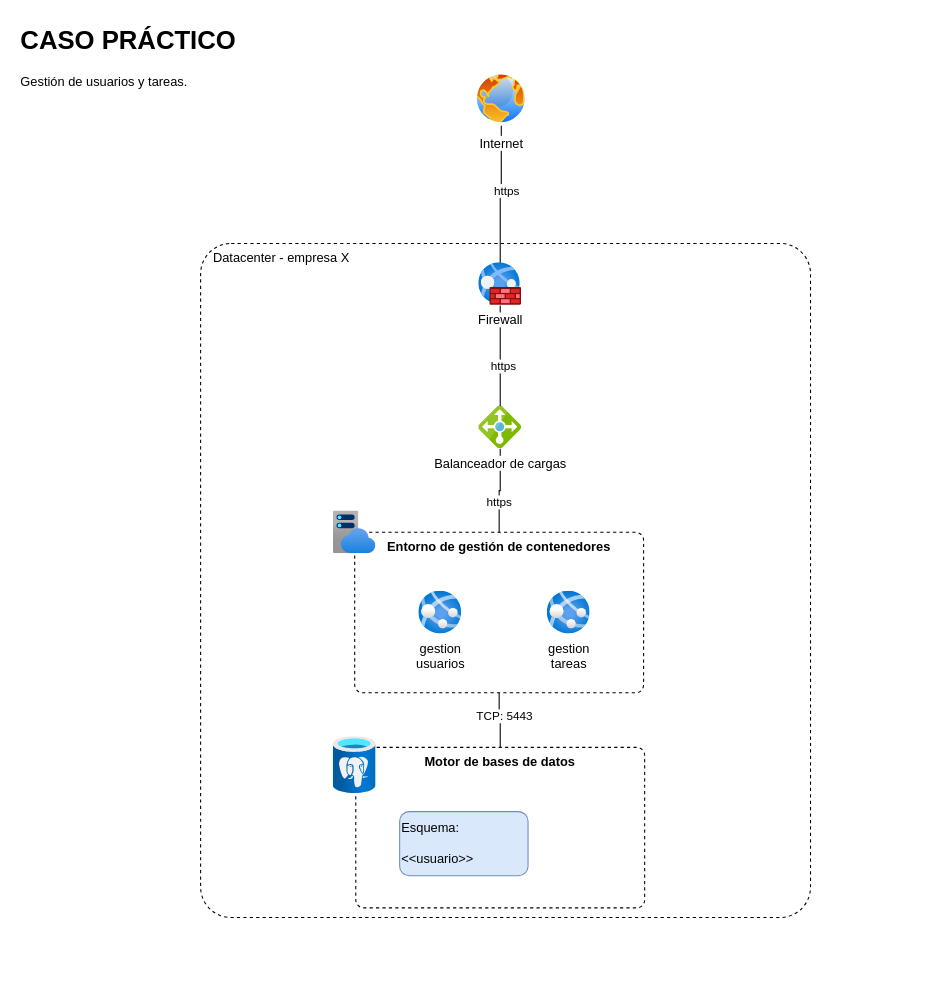
Earlier version of the draw.io diagram usuario-tareas.drawio (jariasbecerra/prueba). Source tidied: cells renumbered, new cells numbered last; positions are measured from the earlier drawing's top-left corner, leaving out a move shared by most shapes. Both pictures are drawn from the tidied source at 107%, with x=0, y=0 at pixel (18, 18).
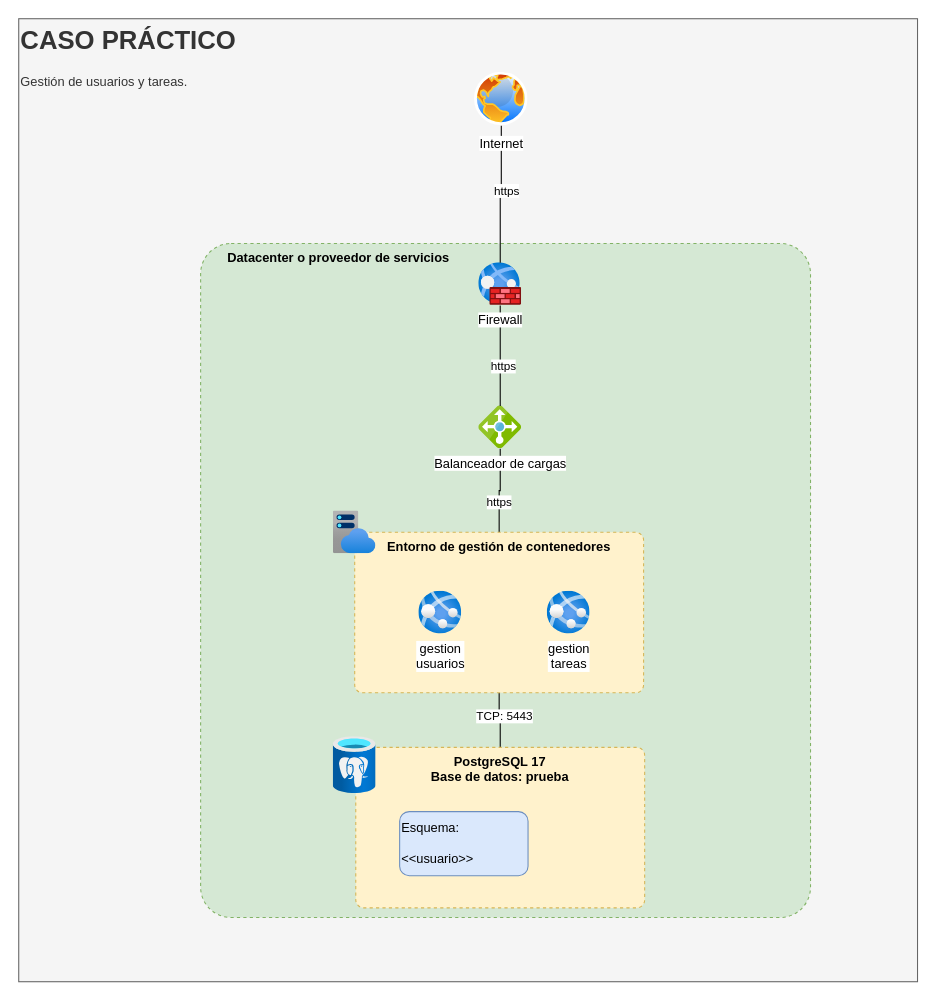
Above is the later version.

What changed in the source:
```diff
@@
+    <mxCell id="3" value="&lt;h1 style=&quot;margin-top: 0px;&quot;&gt;CASO PRÁCTICO&lt;/h1&gt;&lt;p&gt;Gestión de usuarios y tareas.&lt;/p&gt;" style="text;html=1;whiteSpace=wrap;overflow=hidden;rounded=0;strokeColor=#666666;fillColor=#f5f5f5;fontColor=#333333;" parent="1" vertex="1">
+      <mxGeometry width="840" height="900" as="geometry" />
+    </mxCell>
-    <mxCell id="2" value="&amp;nbsp; &amp;nbsp;Datacenter - empresa X" style="rounded=1;whiteSpace=wrap;html=1;dashed=1;fillColor=none;arcSize=5;align=left;verticalAlign=top;" parent="1" vertex="1">
+    <mxCell id="2" value="&amp;nbsp; &amp;nbsp; &amp;nbsp; &amp;nbsp;Datacenter o proveedor de servicios" style="rounded=1;whiteSpace=wrap;html=1;dashed=1;fillColor=#d5e8d4;arcSize=5;align=left;verticalAlign=top;fontStyle=1;strokeColor=#82b366;" parent="1" vertex="1">
       <mxGeometry x="170" y="210" width="570" height="630" as="geometry" />
     </mxCell>
-    <mxCell id="3" value="&lt;h1 style=&quot;margin-top: 0px;&quot;&gt;CASO PRÁCTICO&lt;/h1&gt;&lt;p&gt;Gestión de usuarios y tareas.&lt;/p&gt;" style="text;html=1;whiteSpace=wrap;overflow=hidden;rounded=0;" parent="1" vertex="1">
-      <mxGeometry width="370" height="80" as="geometry" />
-    </mxCell>
@@
-    <mxCell id="8" value="Entorno de gestión de contenedores" style="rounded=1;whiteSpace=wrap;html=1;dashed=1;fillColor=none;arcSize=5;align=center;verticalAlign=top;fontStyle=1;" parent="1" vertex="1">
+    <mxCell id="8" value="Entorno de gestión de contenedores" style="rounded=1;whiteSpace=wrap;html=1;dashed=1;fillColor=#fff2cc;arcSize=5;align=center;verticalAlign=top;fontStyle=1;strokeColor=#d6b656;" parent="1" vertex="1">
       <mxGeometry x="314" y="480" width="270" height="150" as="geometry" />
     </mxCell>
@@
-    <mxCell id="19" value="Motor de bases de datos" style="rounded=1;whiteSpace=wrap;html=1;dashed=1;fillColor=none;arcSize=5;align=center;verticalAlign=top;fontStyle=1;" parent="1" vertex="1">
+    <mxCell id="19" value="PostgreSQL 17&lt;div&gt;Base de datos: prueba&lt;/div&gt;" style="rounded=1;whiteSpace=wrap;html=1;dashed=1;fillColor=#fff2cc;arcSize=5;align=center;verticalAlign=top;fontStyle=1;strokeColor=#d6b656;" parent="1" vertex="1">
       <mxGeometry x="315" y="681" width="270" height="150" as="geometry" />
     </mxCell>
```
